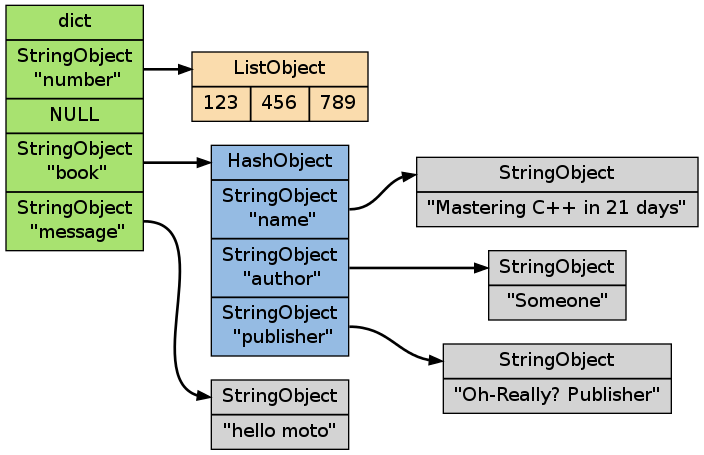
Before: datatype/image/dict_hash.png, a diagram exported from Graphviz (huangzworks/redisbook). Its source is kept beside it as datatype/image/dict_hash.dot.
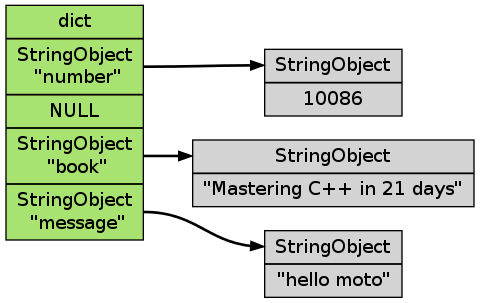
After the change.

The edit, as a diff of the source:
```diff
@@ -8,21 +8,13 @@
 
     dict [label = "<head>dict\n |<number>StringObject\n \"number\" | NULL |<book>StringObject\n \"book\" |<message>StringObject\n \"message\"", fillcolor = "#A8E270"];
 
-    number [label = "<head>ListObject | { 123 | 456 | 789 }", fillcolor = "#FADCAD"];
+    number [label = "<head>StringObject | 10086"];
 
-    book [label = "<head>HashObject |<name>StringObject\n \"name\" |<author>StringObject\n \"author\" |<publisher>StringObject\n \"publisher\"", fillcolor = "#95BBE3"];
-
-    book_name [label = "<head>StringObject | \"Mastering C++ in 21 days\""];
-    book_author [label = "<head>StringObject | \"Someone\""];
-    book_publisher [label = "<head>StringObject | \"Oh-Really? Publisher\""];
+    book [label = "<head>StringObject | \"Mastering C++ in 21 days\""];
 
     message [label = "<head>StringObject | \"hello moto\""];
 
     dict:number -> number:head;
     dict:book -> book:head;
     dict:message -> message:head;
-
-    book:name -> book_name:head;
-    book:author -> book_author:head;
-    book:publisher -> book_publisher:head;
 }
```
